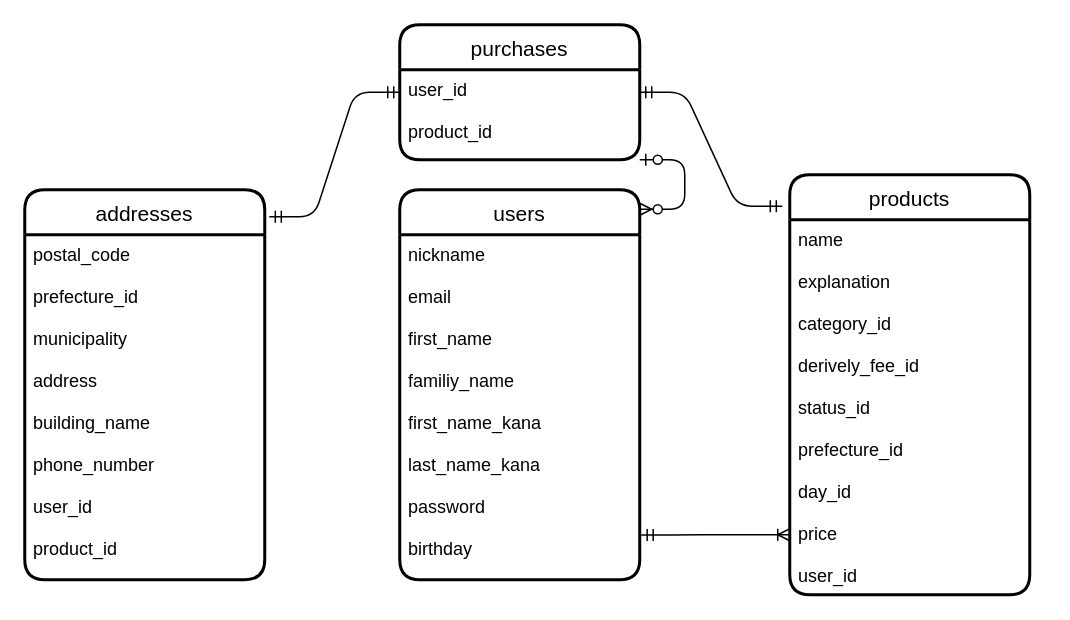
devjohony/furima-37766 keeps this draw.io diagram as page "ページ1" (1 of 2) of app/ER.dio. Above is the earlier version. Source tidied: cells renumbered, new cells numbered last; positions are measured from the earlier drawing's top-left corner, leaving out a move shared by most shapes. Both pictures are drawn from the tidied source at 150%, with x=0, y=0 at pixel (24, 24).
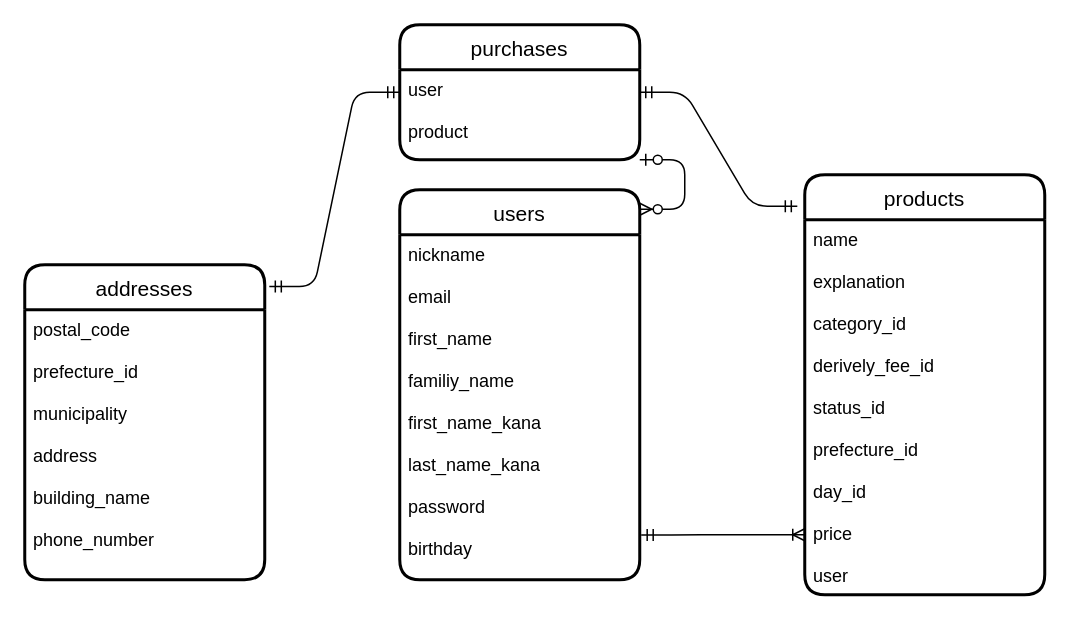
The same diagram, later.

What changed in the source:
```diff
@@
 <mxGraphModel>
   <root>
     <mxCell id="0" />
     <mxCell id="1" parent="0" />
     <mxCell id="2" value="users" style="swimlane;horizontal=1;startSize=30;rounded=1;fontSize=14;fontStyle=0;strokeWidth=2;shadow=0;dashed=0;align=center;" parent="1" vertex="1">
       <mxGeometry x="250" y="110" width="160" height="260" as="geometry" />
     </mxCell>
     <mxCell id="3" value="nickname&#10;&#10;email&#10;&#10;first_name&#10;&#10;familiy_name&#10;&#10;first_name_kana&#10;&#10;last_name_kana&#10;&#10;password&#10;&#10;birthday" style="align=left;strokeColor=none;fillColor=none;spacingLeft=4;fontSize=12;verticalAlign=top;shadow=1;" parent="2" vertex="1">
       <mxGeometry y="30" width="160" height="230" as="geometry" />
     </mxCell>
     <mxCell id="4" value="purchases" style="swimlane;horizontal=1;startSize=30;rounded=1;fontSize=14;fontStyle=0;strokeWidth=2;shadow=0;dashed=0;align=center;" parent="1" vertex="1">
       <mxGeometry x="250" width="160" height="90" as="geometry" />
     </mxCell>
-    <mxCell id="5" value="user_id&#10;&#10;product_id" style="align=left;strokeColor=none;fillColor=none;spacingLeft=4;fontSize=12;verticalAlign=top;shadow=1;" parent="4" vertex="1">
+    <mxCell id="5" value="user&#10;&#10;product" style="align=left;strokeColor=none;fillColor=none;spacingLeft=4;fontSize=12;verticalAlign=top;shadow=1;" parent="4" vertex="1">
       <mxGeometry y="30" width="160" height="60" as="geometry" />
     </mxCell>
     <mxCell id="6" value="addresses" style="swimlane;horizontal=1;startSize=30;rounded=1;fontSize=14;fontStyle=0;strokeWidth=2;shadow=0;dashed=0;align=center;" parent="1" vertex="1">
-      <mxGeometry y="110" width="160" height="260" as="geometry" />
+      <mxGeometry y="160" width="160" height="210" as="geometry" />
     </mxCell>
-    <mxCell id="7" value="postal_code&#10;&#10;prefecture_id&#10;&#10;municipality&#10;&#10;address&#10;&#10;building_name&#10;&#10;phone_number&#10;&#10;user_id&#10;&#10;product_id" style="align=left;strokeColor=none;fillColor=none;spacingLeft=4;fontSize=12;verticalAlign=top;shadow=1;" parent="6" vertex="1">
-      <mxGeometry y="30" width="160" height="230" as="geometry" />
+    <mxCell id="7" value="postal_code&#10;&#10;prefecture_id&#10;&#10;municipality&#10;&#10;address&#10;&#10;building_name&#10;&#10;phone_number&#10;" style="align=left;strokeColor=none;fillColor=none;spacingLeft=4;fontSize=12;verticalAlign=top;shadow=1;" parent="6" vertex="1">
+      <mxGeometry y="30" width="160" height="180" as="geometry" />
     </mxCell>
     <mxCell id="8" value="products" style="swimlane;horizontal=1;startSize=30;rounded=1;fontSize=14;fontStyle=0;strokeWidth=2;shadow=0;dashed=0;align=center;" parent="1" vertex="1">
-      <mxGeometry x="510" y="100" width="160" height="280" as="geometry" />
+      <mxGeometry x="520" y="100" width="160" height="280" as="geometry" />
     </mxCell>
-    <mxCell id="9" value="name&#10;&#10;explanation&#10;&#10;category_id&#10;&#10;derively_fee_id&#10;&#10;status_id&#10;&#10;prefecture_id&#10;&#10;day_id&#10;&#10;price&#10;&#10;user_id" style="align=left;strokeColor=none;fillColor=none;spacingLeft=4;fontSize=12;verticalAlign=top;shadow=1;" parent="8" vertex="1">
+    <mxCell id="9" value="name&#10;&#10;explanation&#10;&#10;category_id&#10;&#10;derively_fee_id&#10;&#10;status_id&#10;&#10;prefecture_id&#10;&#10;day_id&#10;&#10;price&#10;&#10;user" style="align=left;strokeColor=none;fillColor=none;spacingLeft=4;fontSize=12;verticalAlign=top;shadow=1;" parent="8" vertex="1">
       <mxGeometry y="30" width="160" height="250" as="geometry" />
     </mxCell>
     <mxCell id="10" style="edgeStyle=entityRelationEdgeStyle;fontSize=12;html=1;endArrow=ERoneToMany;startArrow=ERmandOne;entryX=0;entryY=0.84;entryDx=0;entryDy=0;entryPerimeter=0;exitX=1.006;exitY=0.87;exitDx=0;exitDy=0;exitPerimeter=0;" parent="1" edge="1" source="3" target="9">
       <mxGeometry relative="1" as="geometry" />
     </mxCell>
     <mxCell id="11" style="edgeStyle=entityRelationEdgeStyle;fontSize=12;html=1;endArrow=ERmandOne;startArrow=ERmandOne;exitX=1;exitY=0.25;exitDx=0;exitDy=0;entryX=-0.031;entryY=0.075;entryDx=0;entryDy=0;entryPerimeter=0;" parent="1" edge="1" source="5" target="8">
       <mxGeometry relative="1" as="geometry" />
     </mxCell>
     <mxCell id="12" style="edgeStyle=entityRelationEdgeStyle;fontSize=12;html=1;endArrow=ERmandOne;startArrow=ERmandOne;entryX=0;entryY=0.5;entryDx=0;entryDy=0;exitX=1.019;exitY=0.069;exitDx=0;exitDy=0;exitPerimeter=0;" parent="1" edge="1" source="6" target="4">
       <mxGeometry relative="1" as="geometry" />
     </mxCell>
     <mxCell id="13" style="edgeStyle=entityRelationEdgeStyle;fontSize=12;html=1;endArrow=ERzeroToMany;startArrow=ERzeroToOne;exitX=1;exitY=1;exitDx=0;exitDy=0;entryX=1;entryY=0.05;entryDx=0;entryDy=0;entryPerimeter=0;" parent="1" edge="1" source="5" target="2">
       <mxGeometry relative="1" as="geometry" />
     </mxCell>
   </root>
 </mxGraphModel>
```
